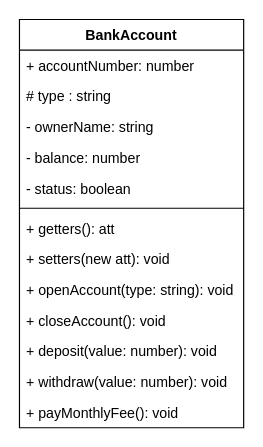
jorgeprj/ufscar keeps this draw.io diagram as 2021_2/POO/Bank Account/BankAccout.drawio. Above is the earlier version. Source tidied: cells renumbered, new cells numbered last; positions are measured from the earlier drawing's top-left corner, leaving out a move shared by most shapes. Both pictures are drawn from the tidied source at 118%, with x=0, y=0 at pixel (19, 19).
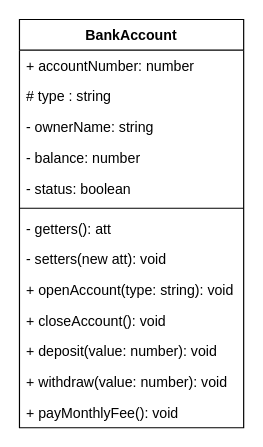
After the change.

What changed in the source:
```diff
@@
 <mxGraphModel>
   <root>
     <mxCell id="0" />
     <mxCell id="1" parent="0" />
     <mxCell id="2" value="BankAccount" style="swimlane;fontStyle=1;align=center;verticalAlign=top;horizontal=1;startSize=26;" parent="1" vertex="1">
       <mxGeometry width="190" height="346" as="geometry" />
     </mxCell>
     <mxCell id="3" value="+ accountNumber: number" style="text;strokeColor=none;fillColor=none;align=left;verticalAlign=top;spacingLeft=4;spacingRight=4;overflow=hidden;" parent="2" vertex="1">
       <mxGeometry y="26" width="190" height="26" as="geometry" />
     </mxCell>
     <mxCell id="4" value="# type : string" style="text;strokeColor=none;fillColor=none;align=left;verticalAlign=top;spacingLeft=4;spacingRight=4;overflow=hidden;" parent="2" vertex="1">
       <mxGeometry y="52" width="190" height="26" as="geometry" />
     </mxCell>
     <mxCell id="5" value="- ownerName: string" style="text;strokeColor=none;fillColor=none;align=left;verticalAlign=top;spacingLeft=4;spacingRight=4;overflow=hidden;" parent="2" vertex="1">
       <mxGeometry y="78" width="190" height="26" as="geometry" />
     </mxCell>
     <mxCell id="6" value="- balance: number" style="text;strokeColor=none;fillColor=none;align=left;verticalAlign=top;spacingLeft=4;spacingRight=4;overflow=hidden;" parent="2" vertex="1">
       <mxGeometry y="104" width="190" height="26" as="geometry" />
     </mxCell>
     <mxCell id="7" value="- status: boolean" style="text;strokeColor=none;fillColor=none;align=left;verticalAlign=top;spacingLeft=4;spacingRight=4;overflow=hidden;" parent="2" vertex="1">
       <mxGeometry y="130" width="190" height="26" as="geometry" />
     </mxCell>
     <mxCell id="8" style="line;strokeWidth=1;fillColor=none;align=left;verticalAlign=middle;spacingTop=-1;spacingLeft=3;spacingRight=3;labelPosition=right;strokeColor=inherit;" parent="2" vertex="1">
       <mxGeometry y="156" width="190" height="8" as="geometry" />
     </mxCell>
-    <mxCell id="9" value="+ getters(): att&#10;" style="text;strokeColor=none;fillColor=none;align=left;verticalAlign=top;spacingLeft=4;spacingRight=4;overflow=hidden;" parent="2" vertex="1">
+    <mxCell id="9" value="- getters(): att&#10;" style="text;strokeColor=none;fillColor=none;align=left;verticalAlign=top;spacingLeft=4;spacingRight=4;overflow=hidden;" parent="2" vertex="1">
       <mxGeometry y="164" width="190" height="26" as="geometry" />
     </mxCell>
-    <mxCell id="10" value="+ setters(new att): void" style="text;strokeColor=none;fillColor=none;align=left;verticalAlign=top;spacingLeft=4;spacingRight=4;overflow=hidden;" parent="2" vertex="1">
+    <mxCell id="10" value="- setters(new att): void" style="text;strokeColor=none;fillColor=none;align=left;verticalAlign=top;spacingLeft=4;spacingRight=4;overflow=hidden;" parent="2" vertex="1">
       <mxGeometry y="190" width="190" height="26" as="geometry" />
     </mxCell>
     <mxCell id="11" value="+ openAccount(type: string): void" style="text;strokeColor=none;fillColor=none;align=left;verticalAlign=top;spacingLeft=4;spacingRight=4;overflow=hidden;" parent="2" vertex="1">
       <mxGeometry y="216" width="190" height="26" as="geometry" />
     </mxCell>
     <mxCell id="12" value="+ closeAccount(): void" style="text;strokeColor=none;fillColor=none;align=left;verticalAlign=top;spacingLeft=4;spacingRight=4;overflow=hidden;" parent="2" vertex="1">
       <mxGeometry y="242" width="190" height="26" as="geometry" />
     </mxCell>
     <mxCell id="13" value="+ deposit(value: number): void" style="text;strokeColor=none;fillColor=none;align=left;verticalAlign=top;spacingLeft=4;spacingRight=4;overflow=hidden;" parent="2" vertex="1">
       <mxGeometry y="268" width="190" height="26" as="geometry" />
     </mxCell>
     <mxCell id="14" value="+ withdraw(value: number): void" style="text;strokeColor=none;fillColor=none;align=left;verticalAlign=top;spacingLeft=4;spacingRight=4;overflow=hidden;" parent="2" vertex="1">
       <mxGeometry y="294" width="190" height="26" as="geometry" />
     </mxCell>
     <mxCell id="15" value="+ payMonthlyFee(): void" style="text;strokeColor=none;fillColor=none;align=left;verticalAlign=top;spacingLeft=4;spacingRight=4;overflow=hidden;" parent="2" vertex="1">
       <mxGeometry y="320" width="190" height="26" as="geometry" />
     </mxCell>
   </root>
 </mxGraphModel>
```
